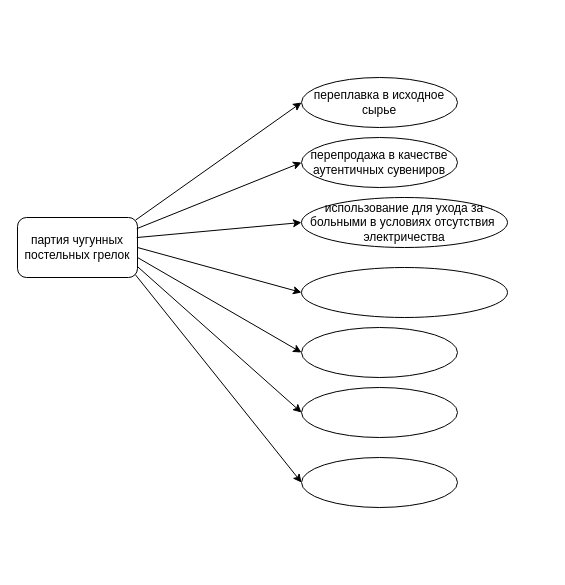
The draw.io diagram Диаграмма без названия.drawio in EvgeniiKuchma/OverLoad, before the edit. Source tidied: cells renumbered, new cells numbered last; positions are measured from the earlier drawing's top-left corner, leaving out a move shared by most shapes. Both pictures are drawn from the tidied source at 100%, with x=0, y=0 at pixel (17, 77).
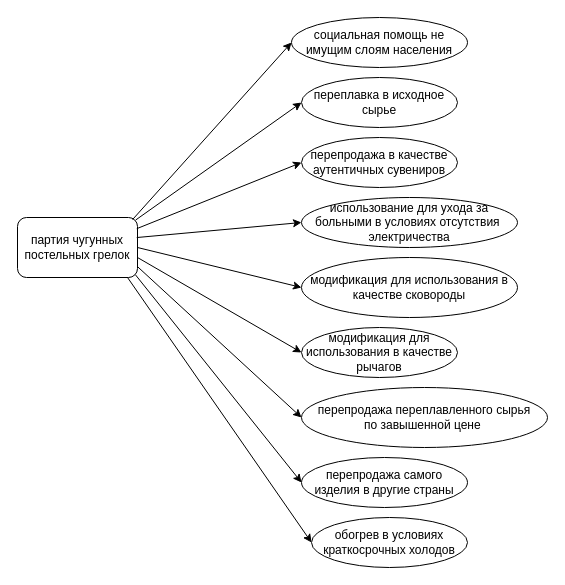
The same page after the edit.

Unchanged cells that the change refers to:
```xml
<mxCell id="2" value="партия чугунных постельных грелок" style="rounded=1;whiteSpace=wrap;html=1;" parent="1" vertex="1">
  <mxGeometry y="140" width="120" height="60" as="geometry" />
</mxCell>
```

Diff of the diagram source:
```diff
@@
     <mxCell id="10" value="использование для ухода за больными в условиях отсутствия&amp;nbsp;&lt;br&gt;электричества" style="ellipse;whiteSpace=wrap;html=1;" parent="1" vertex="1">
-      <mxGeometry x="284" y="120" width="206" height="50" as="geometry" />
+      <mxGeometry x="284" y="120" width="216" height="50" as="geometry" />
     </mxCell>
@@
-    <mxCell id="12" style="ellipse;whiteSpace=wrap;html=1;" parent="1" vertex="1">
-      <mxGeometry x="284" y="190" width="206" height="50" as="geometry" />
+    <mxCell id="12" value="модификация для использования в качестве сковороды" style="ellipse;whiteSpace=wrap;html=1;" parent="1" vertex="1">
+      <mxGeometry x="284" y="180" width="216" height="60" as="geometry" />
     </mxCell>
@@
-    <mxCell id="14" style="ellipse;whiteSpace=wrap;html=1;" parent="1" vertex="1">
-      <mxGeometry x="284" y="380" width="156" height="50" as="geometry" />
+    <mxCell id="14" value="перепродажа самого изделия в другие страны" style="ellipse;whiteSpace=wrap;html=1;" parent="1" vertex="1">
+      <mxGeometry x="284" y="380" width="166" height="50" as="geometry" />
     </mxCell>
@@
-    <mxCell id="16" style="ellipse;whiteSpace=wrap;html=1;" parent="1" vertex="1">
-      <mxGeometry x="284" y="310" width="156" height="50" as="geometry" />
+    <mxCell id="16" value="перепродажа переплавленного сырья&lt;br&gt;по завышенной цене&amp;nbsp;" style="ellipse;whiteSpace=wrap;html=1;" parent="1" vertex="1">
+      <mxGeometry x="284" y="310" width="246" height="60" as="geometry" />
     </mxCell>
@@
-    <mxCell id="18" style="ellipse;whiteSpace=wrap;html=1;" parent="1" vertex="1">
+    <mxCell id="18" value="модификация для использования в качестве рычагов" style="ellipse;whiteSpace=wrap;html=1;" parent="1" vertex="1">
       <mxGeometry x="284" y="250" width="156" height="50" as="geometry" />
     </mxCell>
+    <mxCell id="19" style="endArrow=classic;html=1;rounded=0;exitX=0.959;exitY=0.034;exitDx=0;exitDy=0;entryX=0;entryY=0.5;entryDx=0;entryDy=0;exitPerimeter=0;" parent="1" edge="1" source="2" target="20">
+      <mxGeometry relative="1" as="geometry" />
+    </mxCell>
+    <mxCell id="20" value="социальная помощь не имущим слоям населения" style="ellipse;whiteSpace=wrap;html=1;" parent="1" vertex="1">
+      <mxGeometry x="274" y="-60" width="176" height="50" as="geometry" />
+    </mxCell>
+    <mxCell id="21" style="endArrow=classic;html=1;rounded=0;exitX=0.917;exitY=1;exitDx=0;exitDy=0;entryX=0;entryY=0.5;entryDx=0;entryDy=0;exitPerimeter=0;" parent="1" edge="1" source="2" target="22">
+      <mxGeometry relative="1" as="geometry" />
+    </mxCell>
+    <mxCell id="22" value="обогрев в условиях краткосрочных холодов" style="ellipse;whiteSpace=wrap;html=1;" parent="1" vertex="1">
+      <mxGeometry x="294" y="440" width="156" height="50" as="geometry" />
+    </mxCell>
```
